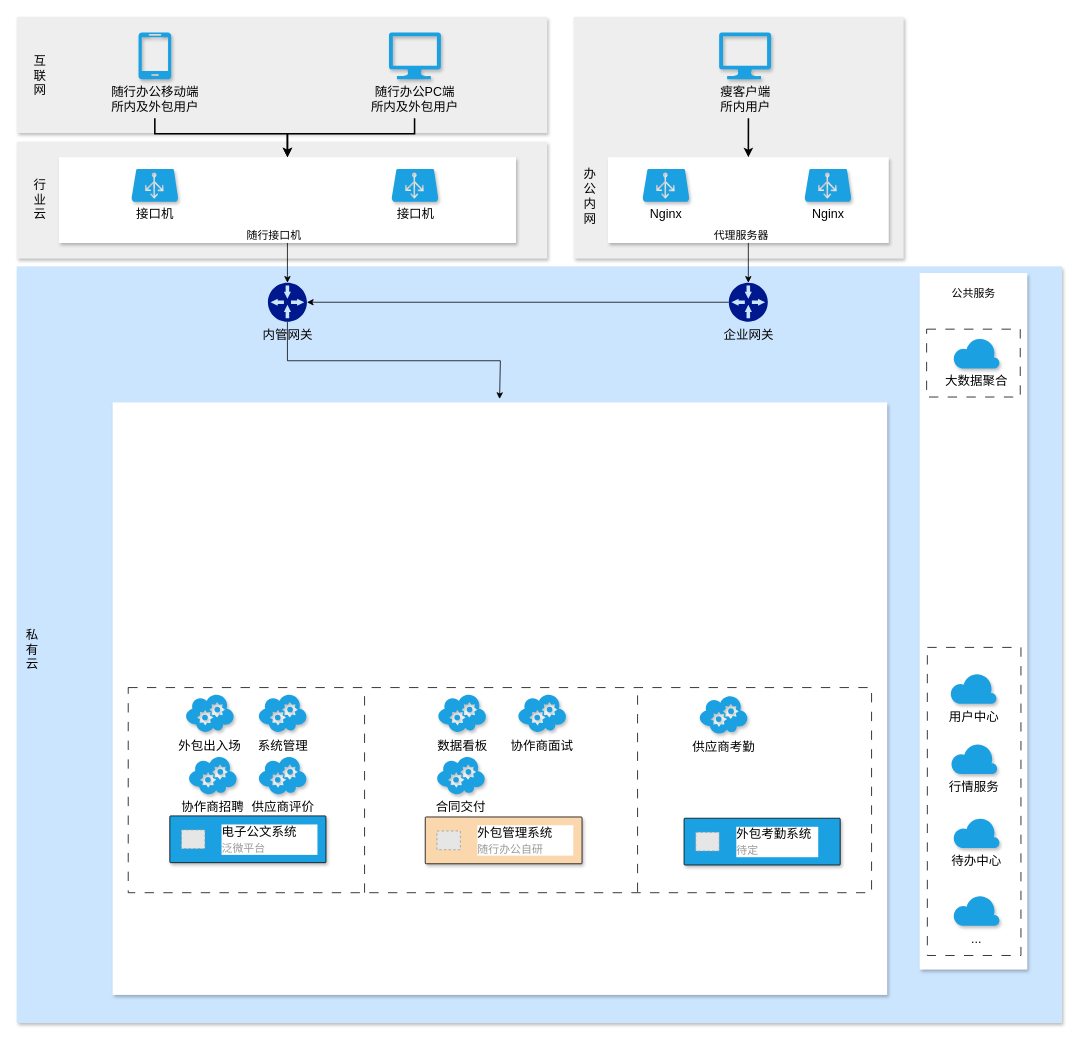
Before: page "外包管理系统架构图" (14 of 22) of Untitled Diagram.drawio in shiki-mqp/PrivatePods, a draw.io diagram. Source tidied: cells renumbered, new cells numbered last; positions are measured from the earlier drawing's top-left corner, leaving out a move shared by most shapes. Both pictures are drawn from the tidied source at 78%, with x=0, y=0 at pixel (16, 16). Pictures stored in the file or linked from it are replaced by grey dashed boxes.
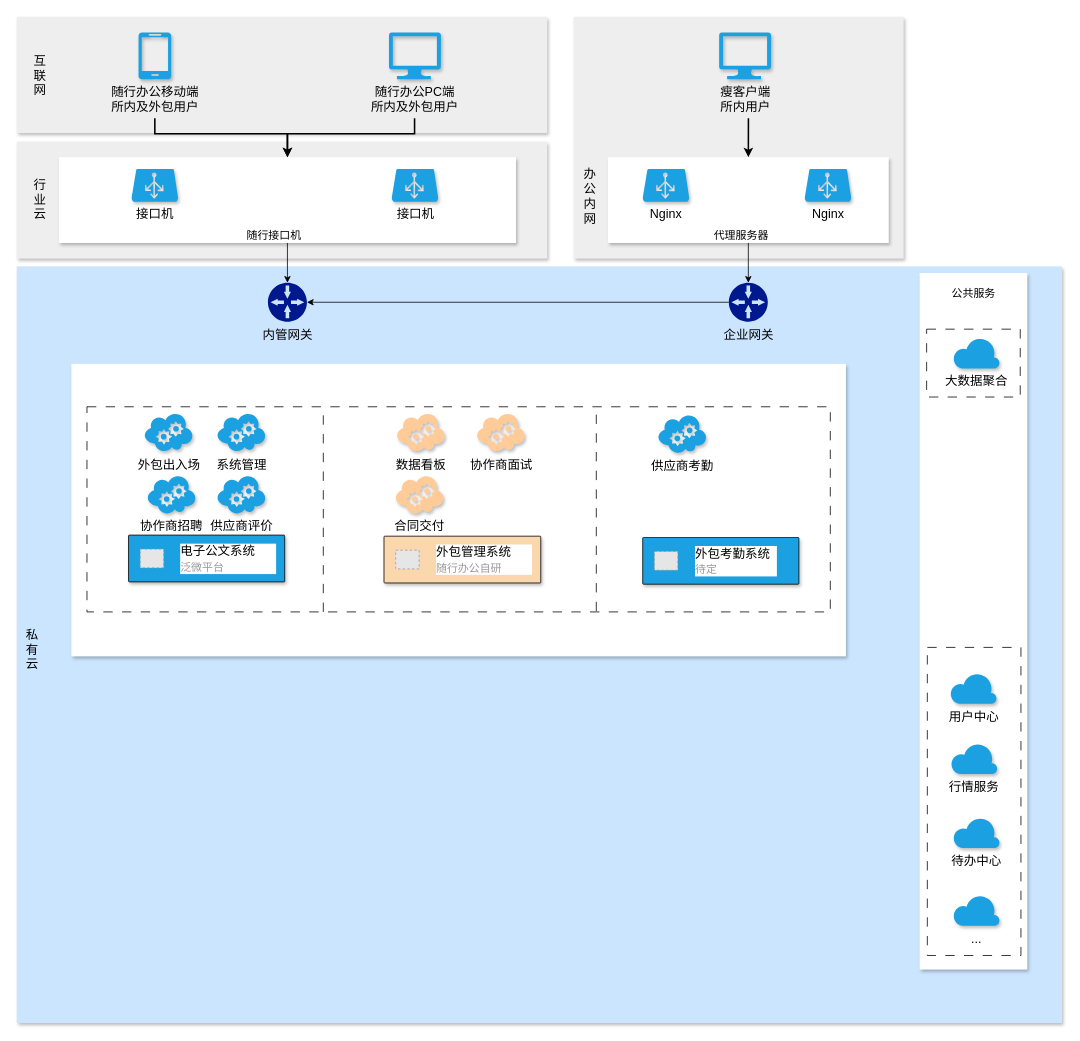
Above is the later version.

Unchanged cells that the change refers to:
```xml
<mxCell id="28" value="内管网关" style="sketch=0;shadow=0;dashed=0;html=1;strokeColor=none;labelPosition=center;verticalLabelPosition=bottom;verticalAlign=top;align=center;fillColor=#00188D;shape=mxgraph.mscae.enterprise.gateway;fontSize=16;" parent="1" vertex="1">
  <mxGeometry x="322" y="341" width="50" height="50" as="geometry" />
</mxCell>
```

Diff of the diagram source:
```diff
@@
-    <mxCell id="27" style="edgeStyle=orthogonalEdgeStyle;rounded=0;jettySize=auto;html=1;exitX=0.5;exitY=1;exitDx=0;exitDy=0;exitPerimeter=0;" parent="1" edge="1" source="28">
-      <mxGeometry relative="1" as="geometry">
-        <mxPoint x="619" y="490" as="targetPoint" />
-        <Array as="points">
-          <mxPoint x="347" y="441" />
-          <mxPoint x="620" y="441" />
-          <mxPoint x="620" y="490" />
-        </Array>
-      </mxGeometry>
-    </mxCell>
@@
     <mxCell id="29" style="rounded=0;whiteSpace=wrap;html=1;shadow=1;strokeColor=none;" parent="1" vertex="1">
-      <mxGeometry x="122.9" y="494.4" width="993" height="759.6" as="geometry" />
+      <mxGeometry x="70" y="445" width="993" height="375" as="geometry" />
     </mxCell>
     <mxCell id="30" style="rounded=0;whiteSpace=wrap;html=1;shadow=0;dashed=1;dashPattern=12 12;" parent="1" vertex="1">
-      <mxGeometry x="142.9" y="860" width="953" height="263" as="geometry" />
+      <mxGeometry x="90" y="500" width="953" height="263" as="geometry" />
     </mxCell>
     <mxCell id="31" style="group;" parent="1" vertex="1">
-      <mxGeometry x="855.5" y="1027.5" width="200.2" height="90" as="geometry" />
+      <mxGeometry x="802.5" y="667.5" width="200.2" height="90" as="geometry" />
     </mxCell>
@@
     <mxCell id="34" value="供应商考勤" style="verticalLabelPosition=bottom;html=1;verticalAlign=top;align=center;strokeColor=none;fillColor=#1ba1e2;shape=mxgraph.azure.cloud_service;shadow=1;dashed=1;strokeWidth=1;fontSize=16;fontColor=#000000;labelBackgroundColor=none;" parent="1" vertex="1">
-      <mxGeometry x="874.8" y="869.6" width="62.5" height="50" as="geometry" />
+      <mxGeometry x="821.8" y="509.6" width="62.5" height="50" as="geometry" />
     </mxCell>
-    <mxCell id="35" value="协作商面试" style="verticalLabelPosition=bottom;html=1;verticalAlign=top;align=center;strokeColor=none;fillColor=#1ba1e2;shape=mxgraph.azure.cloud_service;shadow=1;dashed=1;strokeWidth=1;fontSize=16;fontColor=#000000;labelBackgroundColor=none;" parent="1" vertex="1">
-      <mxGeometry x="642.2" y="867.5" width="62.5" height="50" as="geometry" />
+    <mxCell id="35" value="协作商面试" style="verticalLabelPosition=bottom;html=1;verticalAlign=top;align=center;strokeColor=none;fillColor=#ffcc99;shape=mxgraph.azure.cloud_service;shadow=1;dashed=1;strokeWidth=1;fontSize=16;fontColor=default;labelBackgroundColor=none;fontFamily=Helvetica;" parent="1" vertex="1">
+      <mxGeometry x="589.3" y="507.5" width="62.5" height="50" as="geometry" />
     </mxCell>
-    <mxCell id="36" value="数据看板" style="verticalLabelPosition=bottom;html=1;verticalAlign=top;align=center;strokeColor=none;fillColor=#1ba1e2;shape=mxgraph.azure.cloud_service;shadow=1;dashed=1;strokeWidth=1;fontSize=16;fontColor=#000000;labelBackgroundColor=none;" parent="1" vertex="1">
-      <mxGeometry x="539.6" y="867.5" width="62.5" height="50" as="geometry" />
+    <mxCell id="36" value="数据看板" style="verticalLabelPosition=bottom;html=1;verticalAlign=top;align=center;strokeColor=none;fillColor=#ffcc99;shape=mxgraph.azure.cloud_service;shadow=1;dashed=1;strokeWidth=1;fontSize=16;fontColor=default;labelBackgroundColor=none;fontFamily=Helvetica;" parent="1" vertex="1">
+      <mxGeometry x="486.7" y="507.5" width="62.5" height="50" as="geometry" />
     </mxCell>
-    <mxCell id="37" value="合同交付" style="verticalLabelPosition=bottom;html=1;verticalAlign=top;align=center;strokeColor=none;fillColor=#1ba1e2;shape=mxgraph.azure.cloud_service;shadow=1;dashed=1;strokeWidth=1;fontSize=16;fontColor=#000000;labelBackgroundColor=none;" parent="1" vertex="1">
-      <mxGeometry x="538.1" y="947.4" width="62.5" height="50" as="geometry" />
+    <mxCell id="37" value="合同交付" style="verticalLabelPosition=bottom;html=1;verticalAlign=top;align=center;strokeColor=none;fillColor=#ffcc99;shape=mxgraph.azure.cloud_service;shadow=1;dashed=1;strokeWidth=1;fontSize=16;fontColor=default;labelBackgroundColor=none;fontFamily=Helvetica;" parent="1" vertex="1">
+      <mxGeometry x="485.1" y="587.4" width="62.5" height="50" as="geometry" />
     </mxCell>
     <mxCell id="38" style="edgeStyle=orthogonalEdgeStyle;rounded=0;orthogonalLoop=1;jettySize=auto;html=1;strokeWidth=1;fontSize=16;fontColor=#000000;startArrow=none;startFill=0;endArrow=none;endFill=0;dashed=1;dashPattern=12 12;" parent="1" edge="1">
       <mxGeometry relative="1" as="geometry">
-        <mxPoint x="795.9" y="1122" as="sourcePoint" />
-        <mxPoint x="795.9" y="864" as="targetPoint" />
+        <mxPoint x="743" y="762" as="sourcePoint" />
+        <mxPoint x="743" y="504" as="targetPoint" />
         <Array as="points">
-          <mxPoint x="795.9" y="1122" />
-          <mxPoint x="795.9" y="777" />
+          <mxPoint x="743" y="762" />
+          <mxPoint x="743" y="417" />
         </Array>
       </mxGeometry>
     </mxCell>
     <mxCell id="39" style="edgeStyle=orthogonalEdgeStyle;rounded=0;orthogonalLoop=1;jettySize=auto;html=1;strokeWidth=1;fontSize=16;fontColor=#000000;startArrow=none;startFill=0;endArrow=none;endFill=0;dashed=1;dashPattern=12 12;" parent="1" edge="1">
       <mxGeometry relative="1" as="geometry">
-        <mxPoint x="445.9" y="1123" as="sourcePoint" />
-        <mxPoint x="445.9" y="864" as="targetPoint" />
+        <mxPoint x="393" y="763" as="sourcePoint" />
+        <mxPoint x="393" y="504" as="targetPoint" />
         <Array as="points">
-          <mxPoint x="445.9" y="1123" />
-          <mxPoint x="445.9" y="773" />
+          <mxPoint x="393" y="763" />
+          <mxPoint x="393" y="413" />
         </Array>
       </mxGeometry>
     </mxCell>
     <mxCell id="40" style="group;" parent="1" vertex="1">
-      <mxGeometry x="196.2" y="1024.5" width="200.2" height="100" as="geometry" />
+      <mxGeometry x="143.3" y="664.5" width="200.2" height="100" as="geometry" />
     </mxCell>
@@
     <mxCell id="43" value="外包出入场" style="verticalLabelPosition=bottom;html=1;verticalAlign=top;align=center;strokeColor=none;fillColor=#1ba1e2;shape=mxgraph.azure.cloud_service;shadow=1;dashed=1;strokeWidth=1;fontSize=16;fontColor=#000000;labelBackgroundColor=none;" parent="1" vertex="1">
-      <mxGeometry x="216.2" y="867.5" width="62.5" height="50" as="geometry" />
+      <mxGeometry x="163.3" y="507.5" width="62.5" height="50" as="geometry" />
     </mxCell>
@@
     <mxCell id="56" value="系统管理" style="verticalLabelPosition=bottom;html=1;verticalAlign=top;align=center;strokeColor=none;fillColor=#1ba1e2;shape=mxgraph.azure.cloud_service;shadow=1;dashed=1;strokeWidth=1;fontSize=16;fontColor=#000000;labelBackgroundColor=none;" parent="1" vertex="1">
-      <mxGeometry x="309.5" y="867.5" width="62.5" height="50" as="geometry" />
+      <mxGeometry x="256.6" y="507.5" width="62.5" height="50" as="geometry" />
     </mxCell>
     <mxCell id="57" value="协作商招聘" style="verticalLabelPosition=bottom;html=1;verticalAlign=top;align=center;strokeColor=none;fillColor=#1ba1e2;shape=mxgraph.azure.cloud_service;shadow=1;dashed=1;strokeWidth=1;fontSize=16;fontColor=#000000;labelBackgroundColor=none;" parent="1" vertex="1">
-      <mxGeometry x="220" y="947.4" width="62.5" height="50" as="geometry" />
+      <mxGeometry x="167.1" y="587.4" width="62.5" height="50" as="geometry" />
     </mxCell>
     <mxCell id="58" value="供应商评价" style="verticalLabelPosition=bottom;html=1;verticalAlign=top;align=center;strokeColor=none;fillColor=#1ba1e2;shape=mxgraph.azure.cloud_service;shadow=1;dashed=1;strokeWidth=1;fontSize=16;fontColor=#000000;labelBackgroundColor=none;" parent="1" vertex="1">
-      <mxGeometry x="309.5" y="947.4" width="62.5" height="50" as="geometry" />
+      <mxGeometry x="256.6" y="587.4" width="62.5" height="50" as="geometry" />
     </mxCell>
     <mxCell id="59" style="strokeColor=#000000;shadow=1;strokeWidth=1;rounded=1;absoluteArcSize=1;arcSize=2;labelBackgroundColor=none;fontSize=16;fillColor=#FAD7AC;fontColor=#ffffff;" parent="1" vertex="1">
-      <mxGeometry x="523.7" y="1025.9" width="201" height="60" as="geometry" />
+      <mxGeometry x="470.8" y="665.9" width="201" height="60" as="geometry" />
     </mxCell>
```
